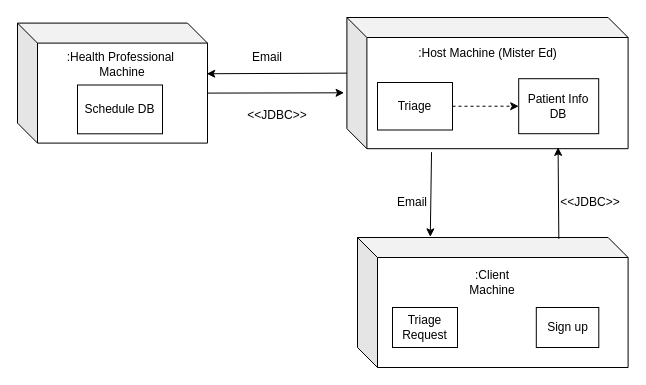
This is JustinWork/deployment.drawio from SENG-350-2024-fall/Team9, a draw.io file, before an edit. Source tidied: cells renumbered, new cells numbered last; positions are measured from the earlier drawing's top-left corner, leaving out a move shared by most shapes. Both pictures are drawn from the tidied source at 100%, with x=0, y=0 at pixel (17, 17).
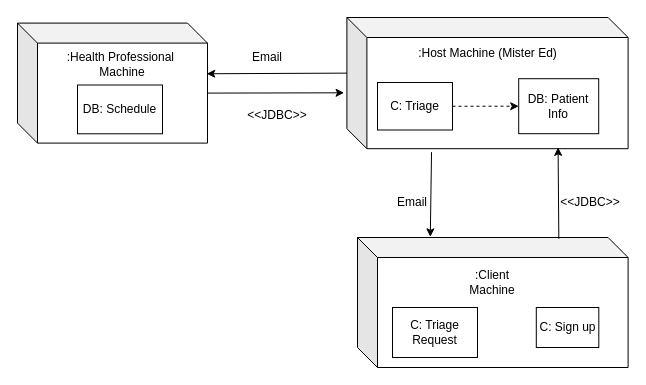
The same page after the edit.

What changed in the source:
```diff
@@
-    <mxCell id="5" value="Patient Info DB" style="rounded=0;whiteSpace=wrap;html=1;" parent="1" vertex="1">
+    <mxCell id="5" value="DB: Patient Info" style="rounded=0;whiteSpace=wrap;html=1;" parent="1" vertex="1">
       <mxGeometry x="501.2" y="61.2" width="80" height="55" as="geometry" />
     </mxCell>
-    <mxCell id="6" value="Triage" style="rounded=0;whiteSpace=wrap;html=1;" parent="1" vertex="1">
+    <mxCell id="6" value="C: Triage" style="rounded=0;whiteSpace=wrap;html=1;" parent="1" vertex="1">
       <mxGeometry x="360" y="65" width="75" height="47.5" as="geometry" />
     </mxCell>
@@
-    <mxCell id="8" value="Sign up" style="rounded=0;whiteSpace=wrap;html=1;" parent="1" vertex="1">
+    <mxCell id="8" value="C: Sign up" style="rounded=0;whiteSpace=wrap;html=1;" parent="1" vertex="1">
       <mxGeometry x="518.8" y="290" width="62.5" height="40" as="geometry" />
     </mxCell>
-    <mxCell id="9" value="Triage Request" style="rounded=0;whiteSpace=wrap;html=1;" parent="1" vertex="1">
-      <mxGeometry x="375" y="290" width="65" height="40" as="geometry" />
+    <mxCell id="9" value="C: Triage Request" style="rounded=0;whiteSpace=wrap;html=1;" parent="1" vertex="1">
+      <mxGeometry x="375" y="290" width="85" height="50" as="geometry" />
     </mxCell>
@@
-    <mxCell id="20" value="Schedule DB" style="rounded=0;whiteSpace=wrap;html=1;" parent="1" vertex="1">
+    <mxCell id="20" value="DB: Schedule" style="rounded=0;whiteSpace=wrap;html=1;" parent="1" vertex="1">
       <mxGeometry x="60" y="67.5" width="85" height="48.8" as="geometry" />
     </mxCell>
```
